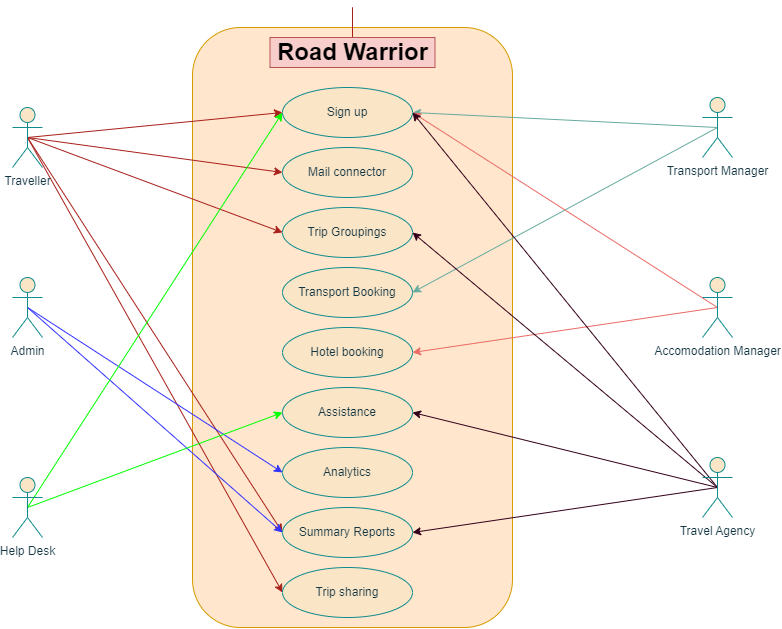
This is Assets/Actor_usecase diagram.png from truptijogi7/ArchKatas2023, a draw.io export, as it was before one commit. Source tidied: cells renumbered, new cells last; positions are measured from the earlier drawing's top-left corner, leaving out a move shared by most shapes.
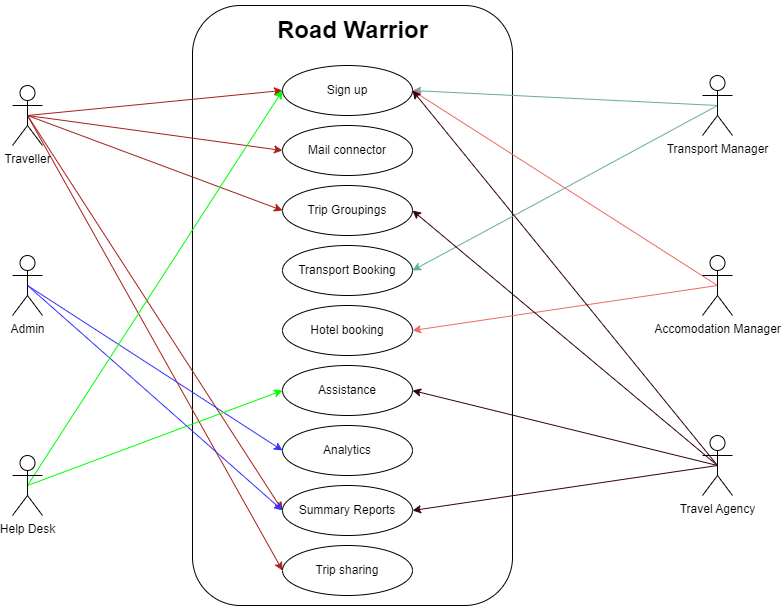
Later version of the same file.

Commit message:
update actor user case diagram

Diff of the diagram source:
```diff
@@ -2,7 +2,7 @@
   <root>
     <mxCell id="0" />
     <mxCell id="1" parent="0" />
-    <mxCell id="2" style="rounded=1;whiteSpace=wrap;html=1;strokeColor=#d79b00;fillColor=#ffe6cc;labelBackgroundColor=none;" parent="1" vertex="1">
+    <mxCell id="2" style="rounded=1;whiteSpace=wrap;html=1;labelBackgroundColor=none;" parent="1" vertex="1">
       <mxGeometry x="180" width="320" height="600" as="geometry" />
     </mxCell>
     <mxCell id="3" style="rounded=0;jettySize=auto;html=1;exitX=0.5;exitY=0.5;exitDx=0;exitDy=0;exitPerimeter=0;entryX=0;entryY=0.5;entryDx=0;entryDy=0;strokeColor=#A8201A;fontColor=#143642;fillColor=#FAE5C7;" parent="1" edge="1" source="8" target="28">
@@ -20,7 +20,7 @@
     <mxCell id="7" style="rounded=0;jettySize=auto;html=1;exitX=0.5;exitY=0.5;exitDx=0;exitDy=0;exitPerimeter=0;entryX=0;entryY=0.5;entryDx=0;entryDy=0;strokeColor=#A8201A;fontColor=#143642;fillColor=#FAE5C7;" parent="1" edge="1" source="8" target="27">
       <mxGeometry relative="1" as="geometry" />
     </mxCell>
-    <mxCell id="8" value="Traveller" style="shape=umlActor;verticalLabelPosition=bottom;verticalAlign=top;html=1;outlineConnect=0;labelBackgroundColor=none;fillColor=#FAE5C7;strokeColor=#0F8B8D;fontColor=#143642;" parent="1" vertex="1">
+    <mxCell id="8" value="Traveller" style="shape=umlActor;verticalLabelPosition=bottom;verticalAlign=top;html=1;outlineConnect=0;labelBackgroundColor=none;" parent="1" vertex="1">
       <mxGeometry y="80" width="30" height="60" as="geometry" />
     </mxCell>
     <mxCell id="9" style="rounded=0;jettySize=auto;html=1;exitX=0.5;exitY=0.5;exitDx=0;exitDy=0;exitPerimeter=0;entryX=0;entryY=0.5;entryDx=0;entryDy=0;strokeColor=#3333FF;fontColor=#143642;fillColor=#FAE5C7;" parent="1" edge="1" source="11" target="33">
@@ -29,7 +29,7 @@
     <mxCell id="10" style="rounded=0;jettySize=auto;html=1;exitX=0.5;exitY=0.5;exitDx=0;exitDy=0;exitPerimeter=0;entryX=0;entryY=0.5;entryDx=0;entryDy=0;strokeColor=#3333FF;fontColor=#143642;fillColor=#FAE5C7;" parent="1" edge="1" source="11" target="34">
       <mxGeometry relative="1" as="geometry" />
     </mxCell>
-    <mxCell id="11" value="Admin" style="shape=umlActor;verticalLabelPosition=bottom;verticalAlign=top;html=1;outlineConnect=0;strokeColor=#0F8B8D;fontColor=#143642;fillColor=#FAE5C7;" parent="1" vertex="1">
+    <mxCell id="11" value="Admin" style="shape=umlActor;verticalLabelPosition=bottom;verticalAlign=top;html=1;outlineConnect=0;" parent="1" vertex="1">
       <mxGeometry y="250" width="30" height="60" as="geometry" />
     </mxCell>
     <mxCell id="12" style="rounded=0;jettySize=auto;html=1;exitX=0.5;exitY=0.5;exitDx=0;exitDy=0;exitPerimeter=0;entryX=0;entryY=0.5;entryDx=0;entryDy=0;strokeColor=#00FF00;fontColor=#143642;fillColor=#FAE5C7;" parent="1" edge="1" source="14" target="32">
@@ -38,7 +38,7 @@
     <mxCell id="13" style="rounded=0;jettySize=auto;html=1;exitX=0.5;exitY=0.5;exitDx=0;exitDy=0;exitPerimeter=0;entryX=0;entryY=0.5;entryDx=0;entryDy=0;strokeColor=#00FF00;fontColor=#143642;fillColor=#FAE5C7;" parent="1" edge="1" source="14" target="27">
       <mxGeometry relative="1" as="geometry" />
     </mxCell>
-    <mxCell id="14" value="Help Desk" style="shape=umlActor;verticalLabelPosition=bottom;verticalAlign=top;html=1;outlineConnect=0;strokeColor=#0F8B8D;fontColor=#143642;fillColor=#FAE5C7;" parent="1" vertex="1">
+    <mxCell id="14" value="Help Desk" style="shape=umlActor;verticalLabelPosition=bottom;verticalAlign=top;html=1;outlineConnect=0;" parent="1" vertex="1">
       <mxGeometry y="450" width="30" height="60" as="geometry" />
     </mxCell>
     <mxCell id="15" style="rounded=0;jettySize=auto;html=1;exitX=0.5;exitY=0.5;exitDx=0;exitDy=0;exitPerimeter=0;entryX=1;entryY=0.5;entryDx=0;entryDy=0;strokeColor=#67AB9F;fontColor=#143642;fillColor=#FAE5C7;" parent="1" edge="1" source="17" target="30">
@@ -47,7 +47,7 @@
     <mxCell id="16" style="rounded=0;jettySize=auto;html=1;exitX=0.5;exitY=0.5;exitDx=0;exitDy=0;exitPerimeter=0;entryX=1;entryY=0.5;entryDx=0;entryDy=0;strokeColor=#67AB9F;fontColor=#143642;fillColor=#FAE5C7;" parent="1" edge="1" source="17" target="27">
       <mxGeometry relative="1" as="geometry" />
     </mxCell>
-    <mxCell id="17" value="Transport Manager" style="shape=umlActor;verticalLabelPosition=bottom;verticalAlign=top;html=1;outlineConnect=0;strokeColor=#0F8B8D;fontColor=#143642;fillColor=#FAE5C7;" parent="1" vertex="1">
+    <mxCell id="17" value="Transport Manager" style="shape=umlActor;verticalLabelPosition=bottom;verticalAlign=top;html=1;outlineConnect=0;" parent="1" vertex="1">
       <mxGeometry x="690" y="70" width="30" height="60" as="geometry" />
     </mxCell>
     <mxCell id="18" style="rounded=0;jettySize=auto;html=1;exitX=0.5;exitY=0.5;exitDx=0;exitDy=0;exitPerimeter=0;entryX=1;entryY=0.5;entryDx=0;entryDy=0;strokeColor=#EA6B66;fontColor=#143642;fillColor=#FAE5C7;" parent="1" edge="1" source="20" target="27">
@@ -56,7 +56,7 @@
     <mxCell id="19" style="rounded=0;jettySize=auto;html=1;exitX=0.5;exitY=0.5;exitDx=0;exitDy=0;exitPerimeter=0;entryX=1;entryY=0.5;entryDx=0;entryDy=0;strokeColor=#EA6B66;fontColor=#143642;fillColor=#FAE5C7;" parent="1" edge="1" source="20" target="31">
       <mxGeometry relative="1" as="geometry" />
     </mxCell>
-    <mxCell id="20" value="Accomodation Manager" style="shape=umlActor;verticalLabelPosition=bottom;verticalAlign=top;html=1;outlineConnect=0;strokeColor=#0F8B8D;fontColor=#143642;fillColor=#FAE5C7;" parent="1" vertex="1">
+    <mxCell id="20" value="Accomodation Manager" style="shape=umlActor;verticalLabelPosition=bottom;verticalAlign=top;html=1;outlineConnect=0;" parent="1" vertex="1">
       <mxGeometry x="690" y="250" width="30" height="60" as="geometry" />
     </mxCell>
     <mxCell id="21" style="rounded=0;jettySize=auto;html=1;exitX=0.5;exitY=0.5;exitDx=0;exitDy=0;exitPerimeter=0;entryX=1;entryY=0.5;entryDx=0;entryDy=0;strokeColor=#33001A;fontColor=#143642;fillColor=#FAE5C7;" parent="1" edge="1" source="25" target="27">
@@ -71,42 +71,37 @@
     <mxCell id="24" style="rounded=0;jettySize=auto;html=1;exitX=0.5;exitY=0.5;exitDx=0;exitDy=0;exitPerimeter=0;entryX=1;entryY=0.5;entryDx=0;entryDy=0;strokeColor=#33001A;fontColor=#143642;fillColor=#FAE5C7;" parent="1" edge="1" source="25" target="29">
       <mxGeometry relative="1" as="geometry" />
     </mxCell>
-    <mxCell id="25" value="Travel Agency" style="shape=umlActor;verticalLabelPosition=bottom;verticalAlign=top;html=1;outlineConnect=0;strokeColor=#0F8B8D;fontColor=#143642;fillColor=#FAE5C7;" parent="1" vertex="1">
+    <mxCell id="25" value="Travel Agency" style="shape=umlActor;verticalLabelPosition=bottom;verticalAlign=top;html=1;outlineConnect=0;" parent="1" vertex="1">
       <mxGeometry x="690" y="430" width="30" height="60" as="geometry" />
     </mxCell>
-    <mxCell id="26" style="edgeStyle=orthogonalEdgeStyle;rounded=0;jettySize=auto;html=1;exitX=0.5;exitY=0;exitDx=0;exitDy=0;strokeColor=#A8201A;fontColor=#143642;fillColor=#FAE5C7;" parent="1" edge="1" source="2">
-      <mxGeometry relative="1" as="geometry">
-        <mxPoint x="340" y="40" as="targetPoint" />
-      </mxGeometry>
-    </mxCell>
-    <mxCell id="27" value="&lt;div style=&quot;border-color: var(--border-color);&quot;&gt;&lt;div style=&quot;border-color: var(--border-color);&quot;&gt;Sign up&lt;/div&gt;&lt;/div&gt;" style="ellipse;whiteSpace=wrap;html=1;strokeColor=#0F8B8D;fontColor=#143642;fillColor=#FAE5C7;" parent="1" vertex="1">
+    <mxCell id="27" value="&lt;div style=&quot;border-color: var(--border-color);&quot;&gt;&lt;div style=&quot;border-color: var(--border-color);&quot;&gt;Sign up&lt;/div&gt;&lt;/div&gt;" style="ellipse;whiteSpace=wrap;html=1;" parent="1" vertex="1">
       <mxGeometry x="270" y="60" width="130" height="50" as="geometry" />
     </mxCell>
-    <mxCell id="28" value="&lt;div style=&quot;border-color: var(--border-color);&quot;&gt;Mail connector&lt;/div&gt;" style="ellipse;whiteSpace=wrap;html=1;strokeColor=#0F8B8D;fontColor=#143642;fillColor=#FAE5C7;" parent="1" vertex="1">
+    <mxCell id="28" value="&lt;div style=&quot;border-color: var(--border-color);&quot;&gt;Mail connector&lt;/div&gt;" style="ellipse;whiteSpace=wrap;html=1;" parent="1" vertex="1">
       <mxGeometry x="270" y="120" width="130" height="50" as="geometry" />
     </mxCell>
-    <mxCell id="29" value="&lt;div style=&quot;border-color: var(--border-color);&quot;&gt;&lt;div style=&quot;border-color: var(--border-color);&quot;&gt;Trip Groupings&lt;/div&gt;&lt;/div&gt;" style="ellipse;whiteSpace=wrap;html=1;strokeColor=#0F8B8D;fontColor=#143642;fillColor=#FAE5C7;" parent="1" vertex="1">
+    <mxCell id="29" value="&lt;div style=&quot;border-color: var(--border-color);&quot;&gt;&lt;div style=&quot;border-color: var(--border-color);&quot;&gt;Trip Groupings&lt;/div&gt;&lt;/div&gt;" style="ellipse;whiteSpace=wrap;html=1;" parent="1" vertex="1">
       <mxGeometry x="270" y="180" width="130" height="50" as="geometry" />
     </mxCell>
-    <mxCell id="30" value="&lt;div style=&quot;border-color: var(--border-color);&quot;&gt;Transport Booking&lt;/div&gt;" style="ellipse;whiteSpace=wrap;html=1;strokeColor=#0F8B8D;fontColor=#143642;fillColor=#FAE5C7;" parent="1" vertex="1">
+    <mxCell id="30" value="&lt;div style=&quot;border-color: var(--border-color);&quot;&gt;Transport Booking&lt;/div&gt;" style="ellipse;whiteSpace=wrap;html=1;" parent="1" vertex="1">
       <mxGeometry x="270" y="240" width="130" height="50" as="geometry" />
     </mxCell>
-    <mxCell id="31" value="&lt;div style=&quot;border-color: var(--border-color);&quot;&gt;&lt;div style=&quot;border-color: var(--border-color);&quot;&gt;Hotel booking&lt;/div&gt;&lt;/div&gt;" style="ellipse;whiteSpace=wrap;html=1;strokeColor=#0F8B8D;fontColor=#143642;fillColor=#FAE5C7;" parent="1" vertex="1">
+    <mxCell id="31" value="&lt;div style=&quot;border-color: var(--border-color);&quot;&gt;&lt;div style=&quot;border-color: var(--border-color);&quot;&gt;Hotel booking&lt;/div&gt;&lt;/div&gt;" style="ellipse;whiteSpace=wrap;html=1;" parent="1" vertex="1">
       <mxGeometry x="270" y="300" width="130" height="50" as="geometry" />
     </mxCell>
-    <mxCell id="32" value="&lt;div style=&quot;border-color: var(--border-color);&quot;&gt;Assistance&lt;/div&gt;" style="ellipse;whiteSpace=wrap;html=1;strokeColor=#0F8B8D;fontColor=#143642;fillColor=#FAE5C7;" parent="1" vertex="1">
+    <mxCell id="32" value="&lt;div style=&quot;border-color: var(--border-color);&quot;&gt;Assistance&lt;/div&gt;" style="ellipse;whiteSpace=wrap;html=1;" parent="1" vertex="1">
       <mxGeometry x="270" y="360" width="130" height="50" as="geometry" />
     </mxCell>
-    <mxCell id="33" value="&lt;div style=&quot;border-color: var(--border-color);&quot;&gt;Analytics&lt;/div&gt;" style="ellipse;whiteSpace=wrap;html=1;strokeColor=#0F8B8D;fontColor=#143642;fillColor=#FAE5C7;" parent="1" vertex="1">
+    <mxCell id="33" value="&lt;div style=&quot;border-color: var(--border-color);&quot;&gt;Analytics&lt;/div&gt;" style="ellipse;whiteSpace=wrap;html=1;" parent="1" vertex="1">
       <mxGeometry x="270" y="420" width="130" height="50" as="geometry" />
     </mxCell>
-    <mxCell id="34" value="&lt;div style=&quot;border-color: var(--border-color);&quot;&gt;&lt;div style=&quot;border-color: var(--border-color);&quot;&gt;Summary Reports&lt;/div&gt;&lt;/div&gt;" style="ellipse;whiteSpace=wrap;html=1;strokeColor=#0F8B8D;fontColor=#143642;fillColor=#FAE5C7;" parent="1" vertex="1">
+    <mxCell id="34" value="&lt;div style=&quot;border-color: var(--border-color);&quot;&gt;&lt;div style=&quot;border-color: var(--border-color);&quot;&gt;Summary Reports&lt;/div&gt;&lt;/div&gt;" style="ellipse;whiteSpace=wrap;html=1;" parent="1" vertex="1">
       <mxGeometry x="270" y="480" width="130" height="50" as="geometry" />
     </mxCell>
-    <mxCell id="35" value="&lt;div style=&quot;border-color: var(--border-color);&quot;&gt;&lt;div style=&quot;border-color: var(--border-color);&quot;&gt;Trip sharing&lt;/div&gt;&lt;/div&gt;" style="ellipse;whiteSpace=wrap;html=1;strokeColor=#0F8B8D;fontColor=#143642;fillColor=#FAE5C7;" parent="1" vertex="1">
+    <mxCell id="35" value="&lt;div style=&quot;border-color: var(--border-color);&quot;&gt;&lt;div style=&quot;border-color: var(--border-color);&quot;&gt;Trip sharing&lt;/div&gt;&lt;/div&gt;" style="ellipse;whiteSpace=wrap;html=1;" parent="1" vertex="1">
       <mxGeometry x="270" y="540" width="130" height="50" as="geometry" />
     </mxCell>
-    <mxCell id="36" value="&lt;h1&gt;&lt;b&gt;Road Warrior&lt;/b&gt;&lt;/h1&gt;" style="text;html=1;strokeColor=#b85450;fillColor=#f8cecc;align=center;verticalAlign=middle;whiteSpace=wrap;rounded=0;fontColor=#000000;" parent="1" vertex="1">
+    <mxCell id="36" value="&lt;h1&gt;&lt;b&gt;Road Warrior&lt;/b&gt;&lt;/h1&gt;" style="text;html=1;align=center;verticalAlign=middle;whiteSpace=wrap;rounded=0;" parent="1" vertex="1">
       <mxGeometry x="257.5" y="10" width="165" height="30" as="geometry" />
     </mxCell>
   </root>
```
